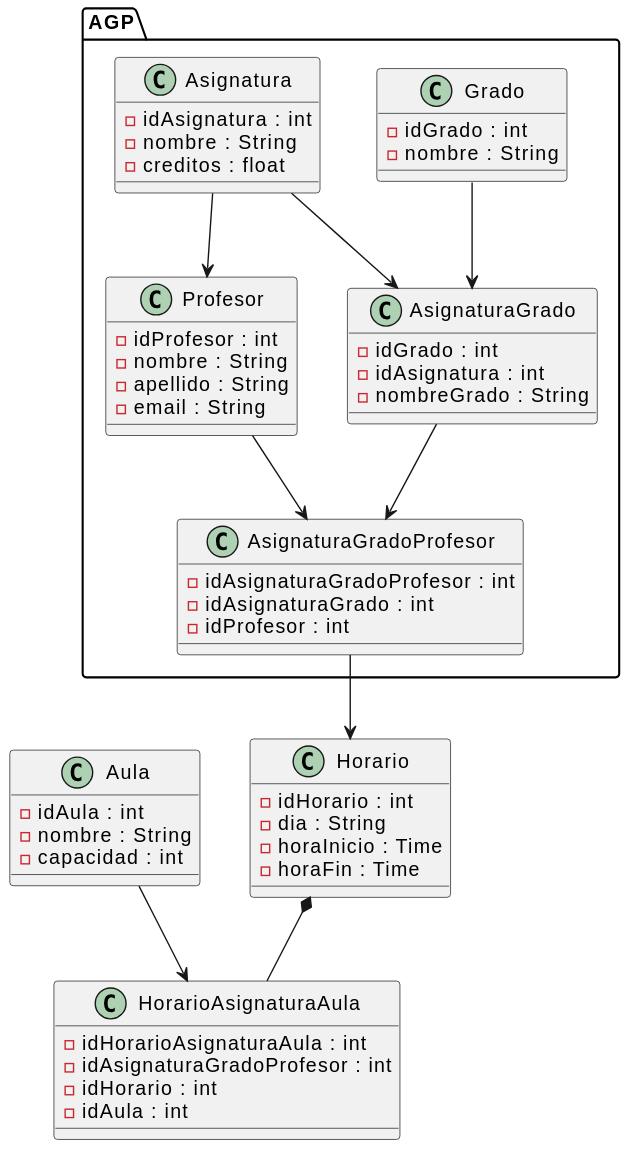
This is modeloDelDominio/imagenes/DiagramaDeClases.svg from mmasias/24-25-IdSw1-SDR, a PlantUML export, as it was before one commit. Source of this version:
```plantuml
@startuml
package "AGP" {
  class Grado {
    - idGrado : int
    - nombre : String
  }

  class Asignatura {
    - idAsignatura : int
    - nombre : String
    - creditos : float
  }

  class AsignaturaGrado {
    - idGrado : int
    - idAsignatura : int
    - nombreGrado : String
  }

  class AsignaturaGradoProfesor {
    - idAsignaturaGradoProfesor : int
    - idAsignaturaGrado : int
    - idProfesor : int
  }

  class Profesor {
    - idProfesor : int
    - nombre : String
    - apellido : String
    - email : String
  }

  Asignatura --> Profesor
  Grado --> AsignaturaGrado
  Asignatura --> AsignaturaGrado
  AsignaturaGrado --> AsignaturaGradoProfesor
  Profesor --> AsignaturaGradoProfesor
}

class Horario {
  - idHorario : int
  - dia : String
  - horaInicio : Time
  - horaFin : Time
}

class HorarioAsignaturaAula {
  - idHorarioAsignaturaAula : int
  - idAsignaturaGradoProfesor : int
  - idHorario : int
  - idAula : int
}

class Aula {
  - idAula : int
  - nombre : String
  - capacidad : int
}

AsignaturaGradoProfesor --> Horario
Horario *-- HorarioAsignaturaAula
Aula --> HorarioAsignaturaAula
@enduml
```
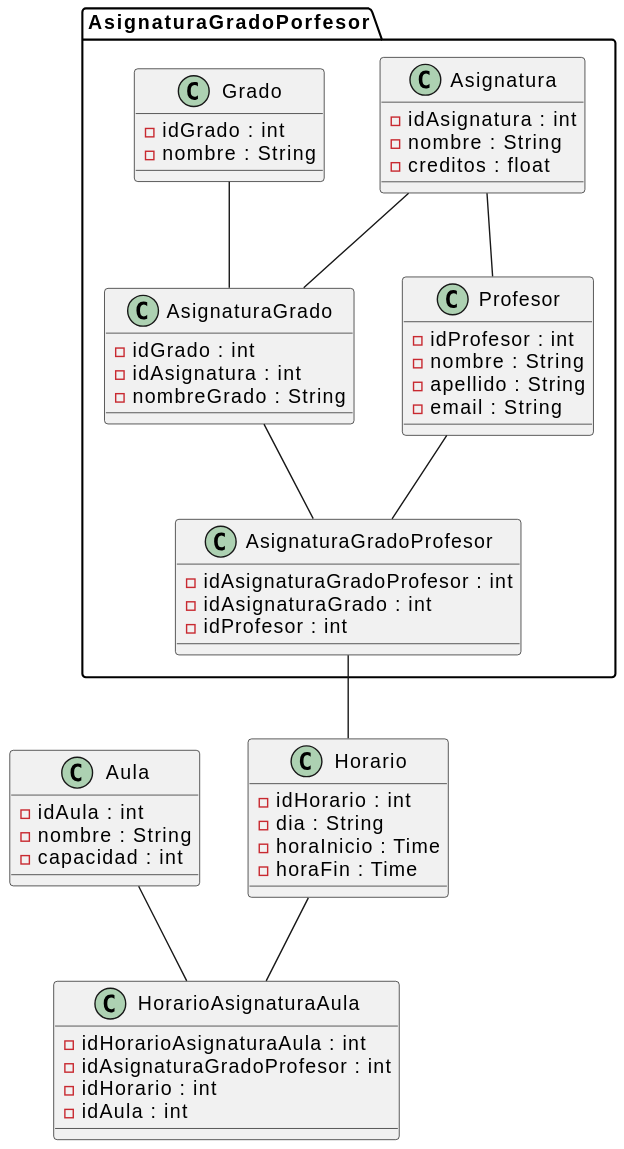
After the change.

Commit message:
cambios en relaciones

Diff of the diagram source:
```diff
@@ -1,5 +1,5 @@
 @startuml
-package "AGP" {
+package "AsignaturaGradoPorfesor" {
   class Grado {
     - idGrado : int
     - nombre : String
@@ -30,11 +30,11 @@
     - email : String
   }
 
-  Asignatura --> Profesor
-  Grado --> AsignaturaGrado
-  Asignatura --> AsignaturaGrado
-  AsignaturaGrado --> AsignaturaGradoProfesor
-  Profesor --> AsignaturaGradoProfesor
+  Asignatura -- Profesor
+  Grado -- AsignaturaGrado
+  Asignatura -- AsignaturaGrado
+  AsignaturaGrado -- AsignaturaGradoProfesor
+  Profesor -- AsignaturaGradoProfesor
 }
 
 class Horario {
@@ -57,7 +57,7 @@
   - capacidad : int
 }
 
-AsignaturaGradoProfesor --> Horario
-Horario *-- HorarioAsignaturaAula
-Aula --> HorarioAsignaturaAula
+AsignaturaGradoProfesor -- Horario
+Horario -- HorarioAsignaturaAula
+Aula -- HorarioAsignaturaAula
 @enduml
```
